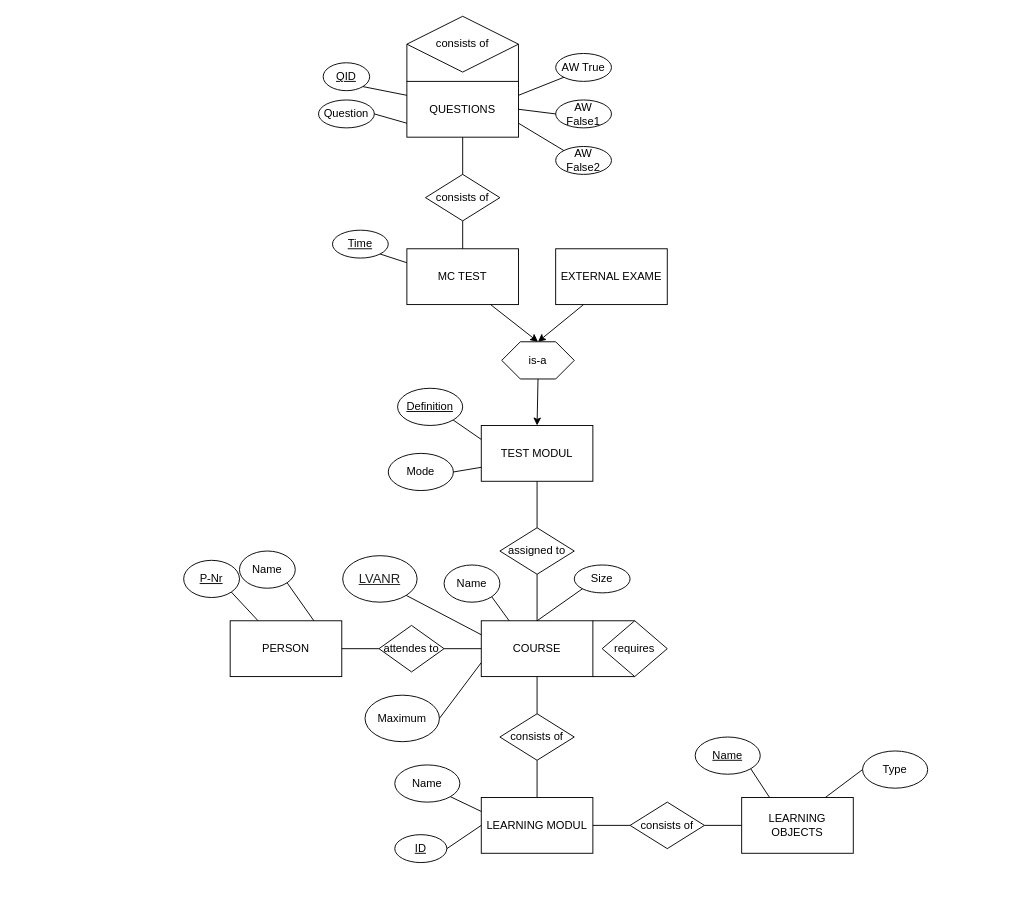
Earlier version of the draw.io diagram E-learning.drawio (mars-veracruz/First-Repo). Source tidied: cells renumbered, new cells numbered last; positions are measured from the earlier drawing's top-left corner, leaving out a move shared by most shapes. Both pictures are drawn from the tidied source at 93%, with x=0, y=0 at pixel (183, 16).
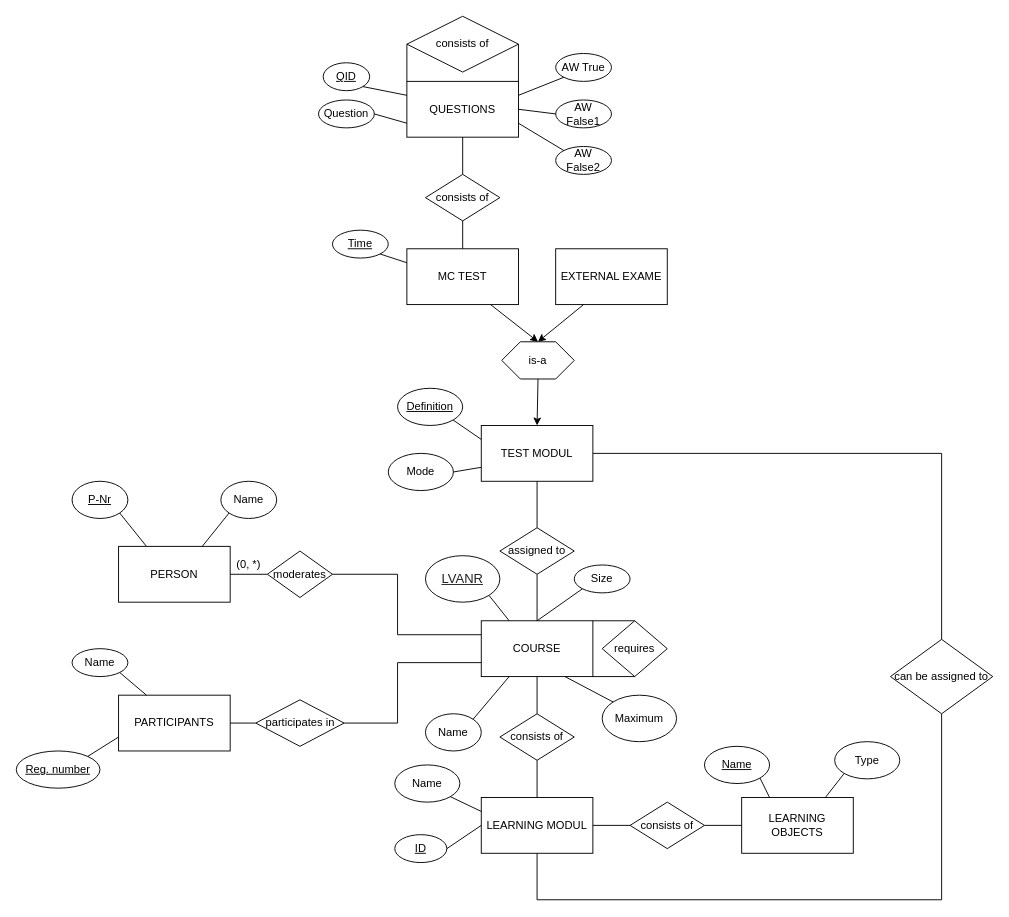
After the change.

Unchanged cells that the change refers to:
```xml
<mxCell id="2" value="COURSE" style="rounded=0;whiteSpace=wrap;html=1;" parent="1" vertex="1">
  <mxGeometry x="320" y="650" width="120" height="60" as="geometry" />
</mxCell>
<mxCell id="5" value="LEARNING OBJECTS" style="rounded=0;whiteSpace=wrap;html=1;" parent="1" vertex="1">
  <mxGeometry x="600" y="840" width="120" height="60" as="geometry" />
</mxCell>
<mxCell id="11" value="LEARNING MODUL" style="rounded=0;whiteSpace=wrap;html=1;" parent="1" vertex="1">
  <mxGeometry x="320" y="840" width="120" height="60" as="geometry" />
</mxCell>
<mxCell id="14" value="TEST MODUL" style="rounded=0;whiteSpace=wrap;html=1;" parent="1" vertex="1">
  <mxGeometry x="320" y="440" width="120" height="60" as="geometry" />
</mxCell>
<mxCell id="45" value="QUESTIONS" style="rounded=0;whiteSpace=wrap;html=1;" parent="1" vertex="1">
  <mxGeometry x="240" y="70" width="120" height="60" as="geometry" />
</mxCell>
<mxCell id="46" value="consists of" style="rhombus;whiteSpace=wrap;html=1;" parent="1" vertex="1">
  <mxGeometry x="260" y="170" width="80" height="50" as="geometry" />
</mxCell>
```

Diff of the diagram source:
```diff
@@
     <mxCell id="3" value="&lt;span style=&quot;color: rgb(32, 33, 34); font-family: sans-serif; font-size: 14px; text-align: start; background-color: rgb(255, 255, 255);&quot;&gt;&lt;u&gt;LVANR&lt;/u&gt;&lt;/span&gt;" style="ellipse;whiteSpace=wrap;html=1;" parent="1" vertex="1">
-      <mxGeometry x="171" y="580" width="80" height="50" as="geometry" />
+      <mxGeometry x="260" y="580" width="80" height="50" as="geometry" />
     </mxCell>
-    <mxCell id="4" style="endArrow=none;html=1;rounded=0;entryX=0;entryY=0.25;entryDx=0;entryDy=0;exitX=1;exitY=1;exitDx=0;exitDy=0;" parent="1" edge="1" source="3" target="2">
+    <mxCell id="4" style="endArrow=none;html=1;rounded=0;entryX=0.25;entryY=0;entryDx=0;entryDy=0;exitX=1;exitY=1;exitDx=0;exitDy=0;" parent="1" edge="1" source="3" target="2">
       <mxGeometry relative="1" as="geometry" />
     </mxCell>
@@
     <mxCell id="6" value="Name" style="ellipse;whiteSpace=wrap;html=1;" parent="1" vertex="1">
-      <mxGeometry x="280" y="590" width="60" height="40" as="geometry" />
+      <mxGeometry x="260" y="750" width="60" height="40" as="geometry" />
     </mxCell>
-    <mxCell id="7" style="endArrow=none;html=1;rounded=0;entryX=1;entryY=1;entryDx=0;entryDy=0;exitX=0.25;exitY=0;exitDx=0;exitDy=0;" parent="1" edge="1" source="2" target="6">
+    <mxCell id="7" style="endArrow=none;html=1;rounded=0;entryX=1;entryY=0;entryDx=0;entryDy=0;exitX=0.25;exitY=1;exitDx=0;exitDy=0;" parent="1" edge="1" source="2" target="6">
       <mxGeometry relative="1" as="geometry" />
     </mxCell>
     <mxCell id="8" value="PERSON" style="rounded=0;whiteSpace=wrap;html=1;" parent="1" vertex="1">
-      <mxGeometry x="50" y="650" width="120" height="60" as="geometry" />
+      <mxGeometry x="-70" y="570" width="120" height="60" as="geometry" />
     </mxCell>
     <mxCell id="9" value="Maximum" style="ellipse;whiteSpace=wrap;html=1;" parent="1" vertex="1">
-      <mxGeometry x="195" y="730" width="80" height="50" as="geometry" />
+      <mxGeometry x="450" y="730" width="80" height="50" as="geometry" />
     </mxCell>
-    <mxCell id="10" style="endArrow=none;html=1;rounded=0;exitX=1;exitY=0.5;exitDx=0;exitDy=0;entryX=0;entryY=0.75;entryDx=0;entryDy=0;" parent="1" edge="1" source="9" target="2">
+    <mxCell id="10" style="endArrow=none;html=1;rounded=0;exitX=0;exitY=0;exitDx=0;exitDy=0;entryX=0.75;entryY=1;entryDx=0;entryDy=0;" parent="1" edge="1" source="9" target="2">
       <mxGeometry relative="1" as="geometry" />
     </mxCell>
@@
     <mxCell id="22" value="&lt;u&gt;Name&lt;/u&gt;" style="ellipse;whiteSpace=wrap;html=1;" parent="1" vertex="1">
-      <mxGeometry x="550" y="775" width="70" height="40" as="geometry" />
+      <mxGeometry x="560" y="785" width="70" height="40" as="geometry" />
     </mxCell>
@@
     <mxCell id="24" value="Type" style="ellipse;whiteSpace=wrap;html=1;" parent="1" vertex="1">
-      <mxGeometry x="730" y="790" width="70" height="40" as="geometry" />
+      <mxGeometry x="700" y="780" width="70" height="40" as="geometry" />
     </mxCell>
-    <mxCell id="25" style="endArrow=none;html=1;rounded=0;entryX=0.75;entryY=0;entryDx=0;entryDy=0;exitX=0;exitY=0.5;exitDx=0;exitDy=0;" parent="1" edge="1" source="24" target="5">
+    <mxCell id="25" style="endArrow=none;html=1;rounded=0;entryX=0.75;entryY=0;entryDx=0;entryDy=0;exitX=0;exitY=1;exitDx=0;exitDy=0;" parent="1" edge="1" source="24" target="5">
       <mxGeometry relative="1" as="geometry" />
     </mxCell>
@@
-    <mxCell id="48" style="endArrow=none;html=1;rounded=0;entryX=0.5;entryY=1;entryDx=0;entryDy=0;" parent="1" edge="1" target="45">
-      <mxGeometry relative="1" as="geometry">
-        <mxPoint x="300" y="170" as="sourcePoint" />
-      </mxGeometry>
+    <mxCell id="48" style="endArrow=none;html=1;rounded=0;entryX=0.5;entryY=1;entryDx=0;entryDy=0;exitX=0.5;exitY=0;exitDx=0;exitDy=0;" parent="1" edge="1" source="46" target="45">
+      <mxGeometry relative="1" as="geometry" />
     </mxCell>
@@
-    <mxCell id="64" value="attendes to" style="rhombus;whiteSpace=wrap;html=1;" parent="1" vertex="1">
-      <mxGeometry x="210" y="655" width="70" height="50" as="geometry" />
+    <mxCell id="64" value="moderates" style="rhombus;whiteSpace=wrap;html=1;" parent="1" vertex="1">
+      <mxGeometry x="90" y="575" width="70" height="50" as="geometry" />
     </mxCell>
-    <mxCell id="65" style="endArrow=none;html=1;rounded=0;entryX=0;entryY=0.5;entryDx=0;entryDy=0;exitX=1;exitY=0.5;exitDx=0;exitDy=0;" parent="1" edge="1" source="64" target="2">
-      <mxGeometry relative="1" as="geometry" />
+    <mxCell id="65" style="endArrow=none;html=1;rounded=0;entryX=0;entryY=0.25;entryDx=0;entryDy=0;exitX=1;exitY=0.5;exitDx=0;exitDy=0;" parent="1" edge="1" source="64" target="2">
+      <mxGeometry relative="1" as="geometry">
+        <Array as="points">
+          <mxPoint x="230" y="600" />
+          <mxPoint x="230" y="665" />
+        </Array>
+      </mxGeometry>
     </mxCell>
@@
     <mxCell id="67" value="&lt;u&gt;P-Nr&lt;/u&gt;" style="ellipse;whiteSpace=wrap;html=1;" parent="1" vertex="1">
-      <mxGeometry y="585" width="60" height="40" as="geometry" />
+      <mxGeometry x="-120" y="500" width="60" height="40" as="geometry" />
     </mxCell>
@@
     <mxCell id="69" value="Name" style="ellipse;whiteSpace=wrap;html=1;" parent="1" vertex="1">
-      <mxGeometry x="60" y="575" width="60" height="40" as="geometry" />
+      <mxGeometry x="40" y="500" width="60" height="40" as="geometry" />
     </mxCell>
-    <mxCell id="70" style="endArrow=none;html=1;rounded=0;entryX=1;entryY=1;entryDx=0;entryDy=0;exitX=0.75;exitY=0;exitDx=0;exitDy=0;" parent="1" edge="1" source="8" target="69">
+    <mxCell id="70" style="endArrow=none;html=1;rounded=0;entryX=0;entryY=1;entryDx=0;entryDy=0;exitX=0.75;exitY=0;exitDx=0;exitDy=0;" parent="1" edge="1" source="8" target="69">
       <mxGeometry relative="1" as="geometry" />
     </mxCell>
+    <mxCell id="71" value="PARTICIPANTS" style="rounded=0;whiteSpace=wrap;html=1;" parent="1" vertex="1">
+      <mxGeometry x="-70" y="730" width="120" height="60" as="geometry" />
+    </mxCell>
+    <mxCell id="72" value="participates in" style="rhombus;whiteSpace=wrap;html=1;" parent="1" vertex="1">
+      <mxGeometry x="77.5" y="735" width="95" height="50" as="geometry" />
+    </mxCell>
+    <mxCell id="73" style="endArrow=none;html=1;rounded=0;exitX=1;exitY=0.5;exitDx=0;exitDy=0;entryX=0;entryY=0.5;entryDx=0;entryDy=0;" parent="1" edge="1" source="71" target="72">
+      <mxGeometry relative="1" as="geometry" />
+    </mxCell>
+    <mxCell id="74" style="endArrow=none;html=1;rounded=0;exitX=1;exitY=0.5;exitDx=0;exitDy=0;entryX=0;entryY=0.75;entryDx=0;entryDy=0;" parent="1" edge="1" source="72" target="2">
+      <mxGeometry relative="1" as="geometry">
+        <Array as="points">
+          <mxPoint x="230" y="760" />
+          <mxPoint x="230" y="695" />
+        </Array>
+      </mxGeometry>
+    </mxCell>
+    <mxCell id="75" value="Name" style="ellipse;whiteSpace=wrap;html=1;" parent="1" vertex="1">
+      <mxGeometry x="-120" y="680" width="60" height="30" as="geometry" />
+    </mxCell>
+    <mxCell id="76" style="endArrow=none;html=1;rounded=0;exitX=1;exitY=1;exitDx=0;exitDy=0;entryX=0.25;entryY=0;entryDx=0;entryDy=0;" parent="1" edge="1" source="75" target="71">
+      <mxGeometry relative="1" as="geometry" />
+    </mxCell>
+    <mxCell id="77" value="&lt;u&gt;Reg. number&lt;/u&gt;" style="ellipse;whiteSpace=wrap;html=1;" parent="1" vertex="1">
+      <mxGeometry x="-180" y="790" width="90" height="40" as="geometry" />
+    </mxCell>
+    <mxCell id="78" style="endArrow=none;html=1;rounded=0;exitX=1;exitY=0;exitDx=0;exitDy=0;entryX=0;entryY=0.75;entryDx=0;entryDy=0;" parent="1" edge="1" source="77" target="71">
+      <mxGeometry relative="1" as="geometry" />
+    </mxCell>
+    <mxCell id="79" value="can be assigned to" style="rhombus;whiteSpace=wrap;html=1;" parent="1" vertex="1">
+      <mxGeometry x="760" y="670" width="110" height="80" as="geometry" />
+    </mxCell>
+    <mxCell id="80" style="endArrow=none;html=1;rounded=0;exitX=1;exitY=0.5;exitDx=0;exitDy=0;entryX=0.5;entryY=0;entryDx=0;entryDy=0;" parent="1" edge="1" source="14" target="79">
+      <mxGeometry relative="1" as="geometry">
+        <Array as="points">
+          <mxPoint x="815" y="470" />
+        </Array>
+      </mxGeometry>
+    </mxCell>
+    <mxCell id="81" style="endArrow=none;html=1;rounded=0;exitX=0.5;exitY=1;exitDx=0;exitDy=0;entryX=0.5;entryY=1;entryDx=0;entryDy=0;" parent="1" edge="1" source="11" target="79">
+      <mxGeometry relative="1" as="geometry">
+        <Array as="points">
+          <mxPoint x="380" y="950" />
+          <mxPoint x="815" y="950" />
+        </Array>
+      </mxGeometry>
+    </mxCell>
+    <mxCell id="82" value="(0, *)" style="text;html=1;align=center;verticalAlign=middle;whiteSpace=wrap;rounded=0;" parent="1" vertex="1">
+      <mxGeometry x="40" y="575" width="60" height="30" as="geometry" />
+    </mxCell>
```
